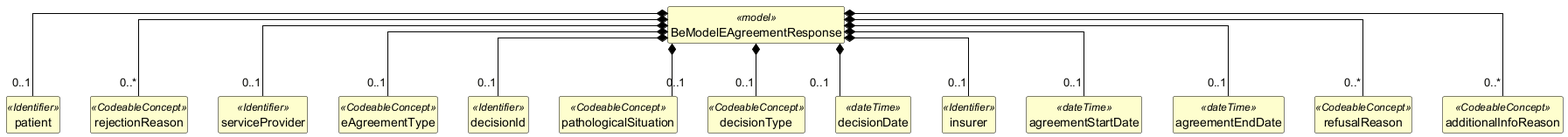
The PlantUML diagram exports/diagrams/BeModelEAgreementResponse-uml.png in caresets/caresets-src, before a commit.
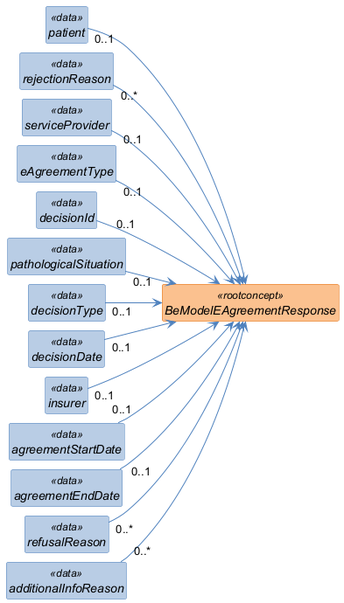
After the change.

Diff of the diagram source:
```diff
@@ -1,70 +1,77 @@
 @startuml
+left to right direction
 skinparam shadowing false
+skinparam nodesep 10
+skinparam ranksep 40
 skinparam classAttributeIconSize 0
-skinparam linetype ortho
 skinparam class {
-  BackgroundColor #FEFECE
-  BorderColor #000000
-  ArrowColor #000000
-  FontStyle bold
-  AttributeFontStyle normal
+  FontStyle italic
+  BackgroundColor<<rootconcept>> #FAC08F
+  BorderColor<<rootconcept>> #E36C0A
+  BackgroundColor<<data>> #B8CCE4
+  BorderColor<<data>> #4F81BD
+  BackgroundColor<<reference>> #D9D9D9
+  BorderColor<<reference>> #808080
+  BackgroundColor<<value set>> #C3D69B
+  BorderColor<<value set>> #77933C
+  ArrowColor #4F81BD
 }
 hide circle
 hide empty members
 
-class "BeModelEAgreementResponse" as BeModelEAgreementResponse <<model>> {
+class "BeModelEAgreementResponse" as BeModelEAgreementResponse <<rootconcept>> {
 }
 
-class "patient" as BeModelEAgreementResponse_patient <<Identifier>> {
+class "patient" as BeModelEAgreementResponse_patient <<data>> {
 }
 
-class "rejectionReason" as BeModelEAgreementResponse_rejectionReason <<CodeableConcept>> {
+class "rejectionReason" as BeModelEAgreementResponse_rejectionReason <<data>> {
 }
 
-class "serviceProvider" as BeModelEAgreementResponse_serviceProvider <<Identifier>> {
+class "serviceProvider" as BeModelEAgreementResponse_serviceProvider <<data>> {
 }
 
-class "eAgreementType" as BeModelEAgreementResponse_eAgreementType <<CodeableConcept>> {
+class "eAgreementType" as BeModelEAgreementResponse_eAgreementType <<data>> {
 }
 
-class "decisionId" as BeModelEAgreementResponse_decisionId <<Identifier>> {
+class "decisionId" as BeModelEAgreementResponse_decisionId <<data>> {
 }
 
-class "pathologicalSituation" as BeModelEAgreementResponse_pathologicalSituation <<CodeableConcept>> {
+class "pathologicalSituation" as BeModelEAgreementResponse_pathologicalSituation <<data>> {
 }
 
-class "decisionType" as BeModelEAgreementResponse_decisionType <<CodeableConcept>> {
+class "decisionType" as BeModelEAgreementResponse_decisionType <<data>> {
 }
 
-class "decisionDate" as BeModelEAgreementResponse_decisionDate <<dateTime>> {
+class "decisionDate" as BeModelEAgreementResponse_decisionDate <<data>> {
 }
 
-class "insurer" as BeModelEAgreementResponse_insurer <<Identifier>> {
+class "insurer" as BeModelEAgreementResponse_insurer <<data>> {
 }
 
-class "agreementStartDate" as BeModelEAgreementResponse_agreementStartDate <<dateTime>> {
+class "agreementStartDate" as BeModelEAgreementResponse_agreementStartDate <<data>> {
 }
 
-class "agreementEndDate" as BeModelEAgreementResponse_agreementEndDate <<dateTime>> {
+class "agreementEndDate" as BeModelEAgreementResponse_agreementEndDate <<data>> {
 }
 
-class "refusalReason" as BeModelEAgreementResponse_refusalReason <<CodeableConcept>> {
+class "refusalReason" as BeModelEAgreementResponse_refusalReason <<data>> {
 }
 
-class "additionalInfoReason" as BeModelEAgreementResponse_additionalInfoReason <<CodeableConcept>> {
+class "additionalInfoReason" as BeModelEAgreementResponse_additionalInfoReason <<data>> {
 }
 
-BeModelEAgreementResponse *-- "0..1" BeModelEAgreementResponse_patient
-BeModelEAgreementResponse *-- "0..*" BeModelEAgreementResponse_rejectionReason
-BeModelEAgreementResponse *-- "0..1" BeModelEAgreementResponse_serviceProvider
-BeModelEAgreementResponse *-- "0..1" BeModelEAgreementResponse_eAgreementType
-BeModelEAgreementResponse *-- "0..1" BeModelEAgreementResponse_decisionId
-BeModelEAgreementResponse *-- "0..1" BeModelEAgreementResponse_pathologicalSituation
-BeModelEAgreementResponse *-- "0..1" BeModelEAgreementResponse_decisionType
-BeModelEAgreementResponse *-- "0..1" BeModelEAgreementResponse_decisionDate
-BeModelEAgreementResponse *-- "0..1" BeModelEAgreementResponse_insurer
-BeModelEAgreementResponse *-- "0..1" BeModelEAgreementResponse_agreementStartDate
-BeModelEAgreementResponse *-- "0..1" BeModelEAgreementResponse_agreementEndDate
-BeModelEAgreementResponse *-- "0..*" BeModelEAgreementResponse_refusalReason
-BeModelEAgreementResponse *-- "0..*" BeModelEAgreementResponse_additionalInfoReason
+BeModelEAgreementResponse_patient "0..1" --> BeModelEAgreementResponse
+BeModelEAgreementResponse_rejectionReason "0..*" --> BeModelEAgreementResponse
+BeModelEAgreementResponse_serviceProvider "0..1" --> BeModelEAgreementResponse
+BeModelEAgreementResponse_eAgreementType "0..1" --> BeModelEAgreementResponse
+BeModelEAgreementResponse_decisionId "0..1" --> BeModelEAgreementResponse
+BeModelEAgreementResponse_pathologicalSituation "0..1" --> BeModelEAgreementResponse
+BeModelEAgreementResponse_decisionType "0..1" --> BeModelEAgreementResponse
+BeModelEAgreementResponse_decisionDate "0..1" --> BeModelEAgreementResponse
+BeModelEAgreementResponse_insurer "0..1" --> BeModelEAgreementResponse
+BeModelEAgreementResponse_agreementStartDate "0..1" --> BeModelEAgreementResponse
+BeModelEAgreementResponse_agreementEndDate "0..1" --> BeModelEAgreementResponse
+BeModelEAgreementResponse_refusalReason "0..*" --> BeModelEAgreementResponse
+BeModelEAgreementResponse_additionalInfoReason "0..*" --> BeModelEAgreementResponse
 @enduml
```
